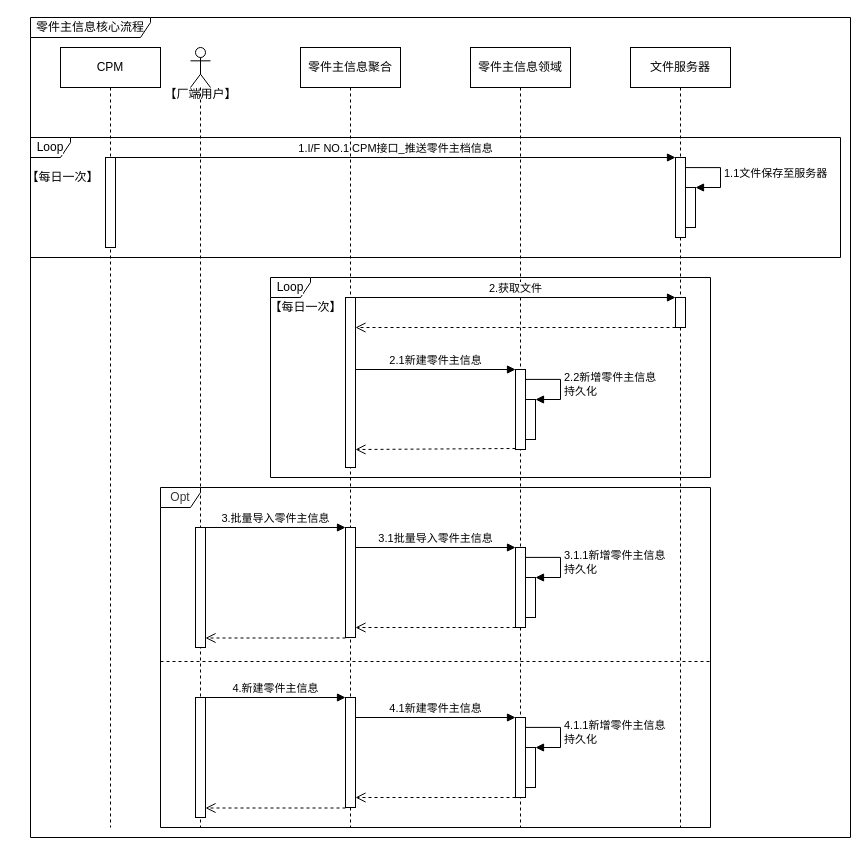
1132489442/gitRepository1 keeps this draw.io diagram as page "时序图" (1 of 4) of 零件主信息.drawio. Above is the earlier version. Source tidied: cells renumbered, new cells numbered last; positions are measured from the earlier drawing's top-left corner, leaving out a move shared by most shapes. Both pictures are drawn from the tidied source at 100%, with x=0, y=0 at pixel (17, 17).
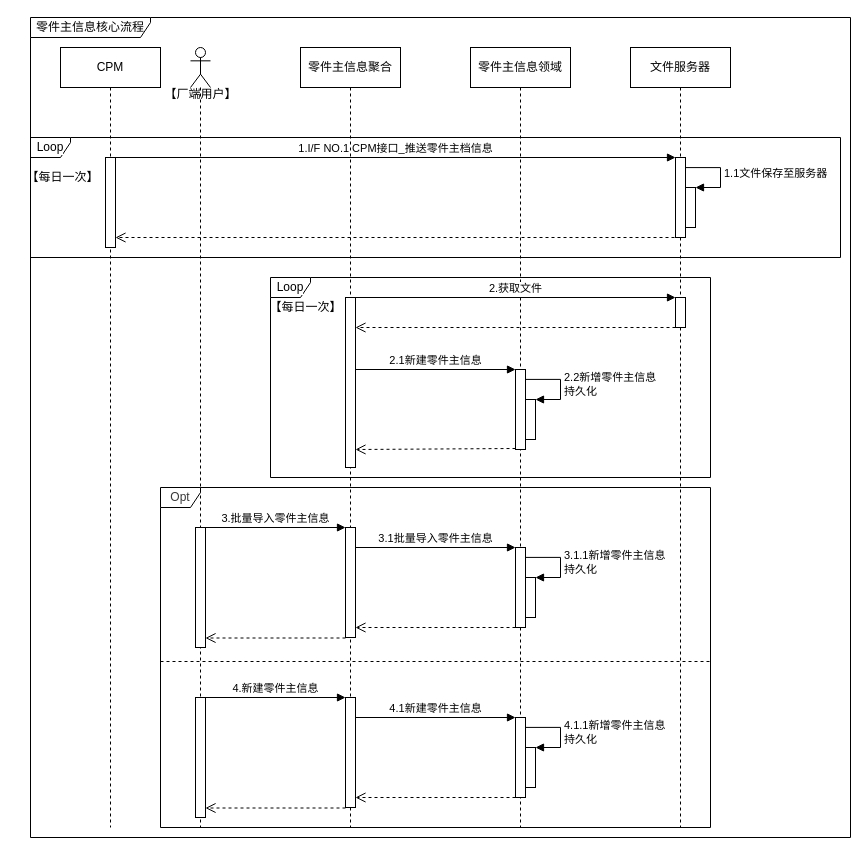
The same diagram, later.

Commit message (it also covers changes not shown here):
更新零件主信息.drawio

Unchanged cells that the change refers to:
```xml
<mxCell id="11" style="html=1;points=[];perimeter=orthogonalPerimeter;" parent="10" vertex="1">
  <mxGeometry x="45" y="110" width="10" height="90" as="geometry" />
</mxCell>
```

Diff of the diagram source:
```diff
@@
+    <mxCell id="47" style="html=1;verticalAlign=bottom;endArrow=open;dashed=1;endSize=8;rounded=0;" parent="1" edge="1" target="11">
+      <mxGeometry relative="1" as="geometry">
+        <mxPoint x="663" y="220" as="sourcePoint" />
+      </mxGeometry>
+    </mxCell>
```
